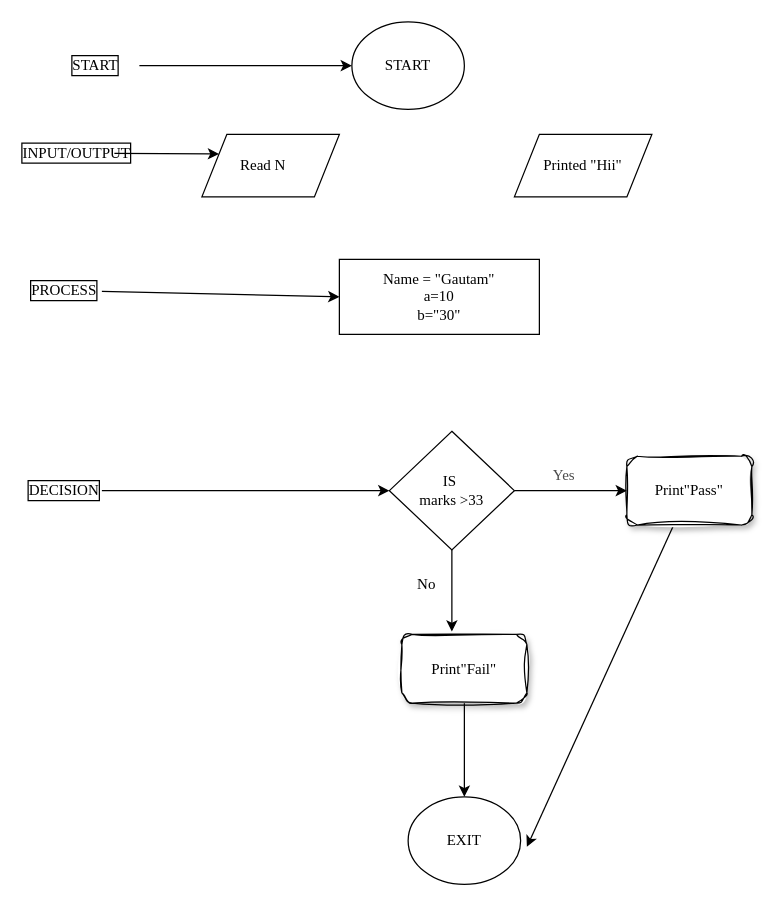
Earlier version of the draw.io diagram Flowchart.drawio (GautamArashi/Java). Source tidied: cells renumbered, new cells numbered last; positions are measured from the earlier drawing's top-left corner, leaving out a move shared by most shapes. Both pictures are drawn from the tidied source at 125%, with x=0, y=0 at pixel (26, 21).
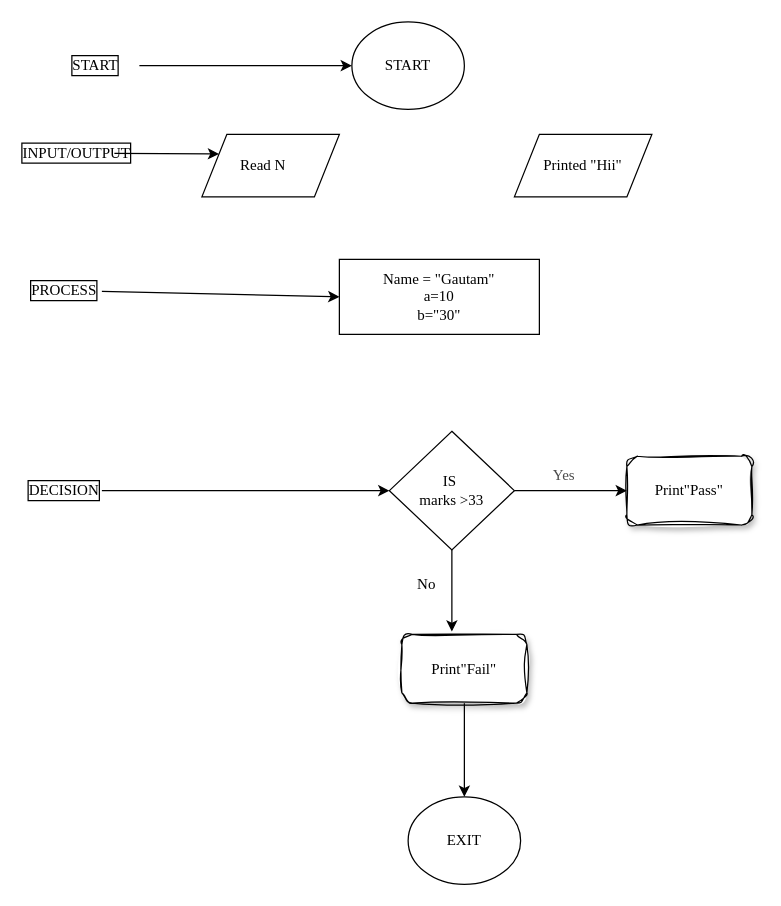
The same diagram, later.

Unchanged cells that the change refers to:
```xml
<mxCell id="19" value="Print&quot;Pass&quot;" style="whiteSpace=wrap;html=1;fontFamily=Times New Roman;shadow=1;labelBackgroundColor=none;labelBorderColor=none;sketch=1;gradientColor=none;curveFitting=1;jiggle=2;rounded=1;glass=0;" parent="1" vertex="1">
  <mxGeometry x="480" y="347.5" width="100" height="55" as="geometry" />
</mxCell>
```

What changed in the source:
```diff
@@
-    <mxCell id="18" style="edgeStyle=none;html=1;fontFamily=Times New Roman;" parent="1" edge="1" source="19">
-      <mxGeometry relative="1" as="geometry">
-        <mxPoint x="400" y="660" as="targetPoint" />
-      </mxGeometry>
-    </mxCell>
```
